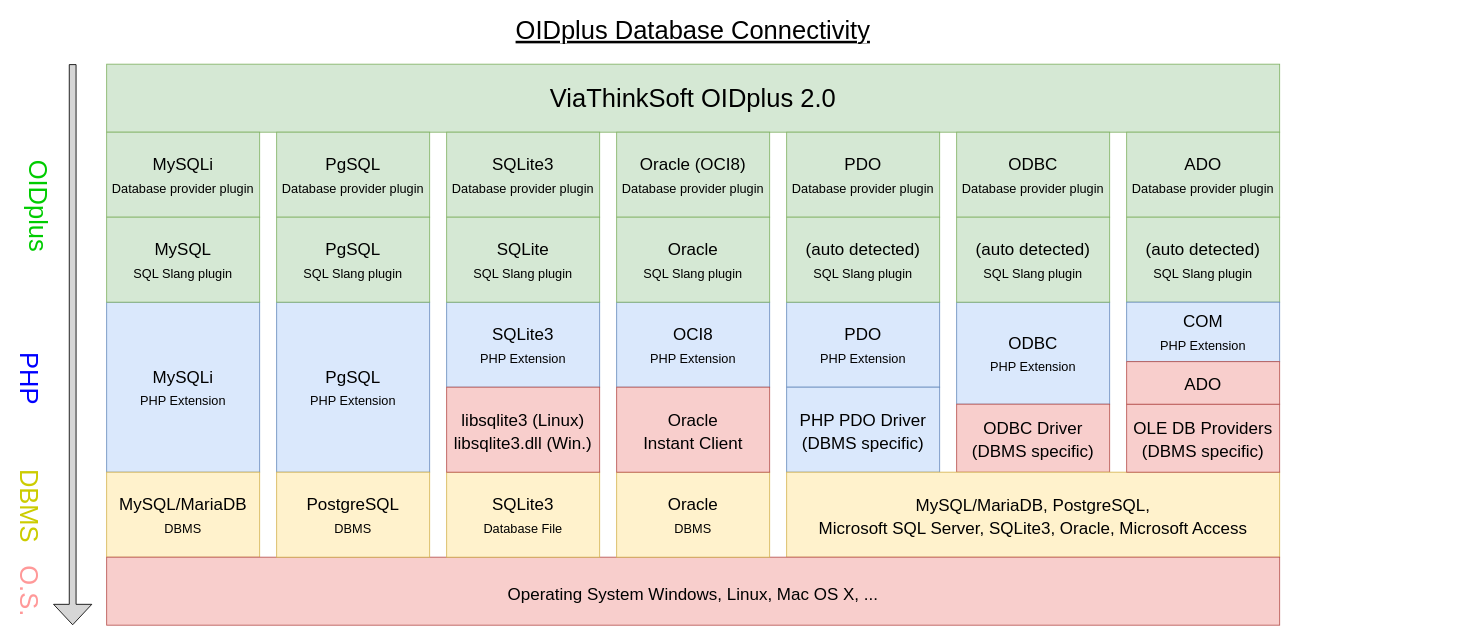
The draw.io diagram doc/database_connectivity_diagram.drawio in danielmarschall/oidplus, before the edit. Source tidied: cells renumbered, new cells numbered last; positions are measured from the earlier drawing's top-left corner, leaving out a move shared by most shapes. Both pictures are drawn from the tidied source at 85%, with x=0, y=0 at pixel (-13, 21).
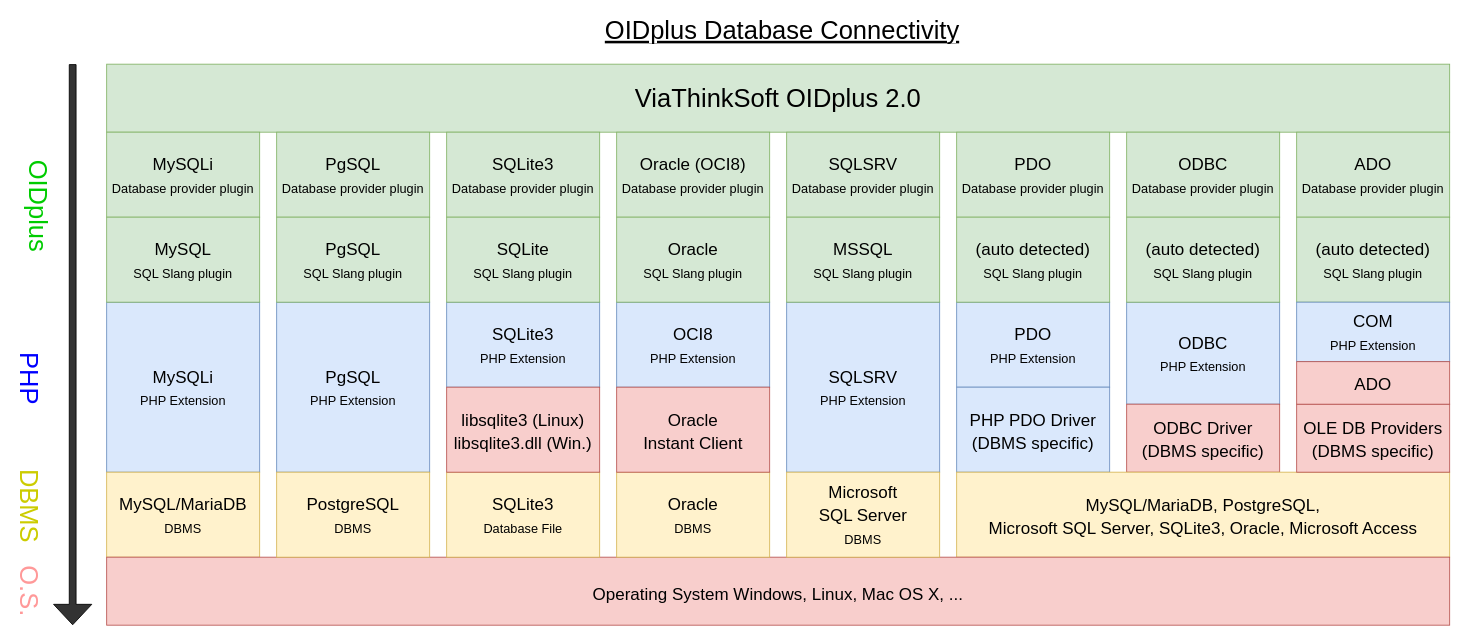
The same diagram, later.

What changed in the source:
```diff
@@
     <mxCell id="2" value="ViaThinkSoft OIDplus 2.0" style="rounded=0;whiteSpace=wrap;html=1;fontSize=30;fillColor=#d5e8d4;strokeColor=#82b366;shadow=0;" parent="1" vertex="1">
-      <mxGeometry x="140" y="50" width="1380" height="80" as="geometry" />
+      <mxGeometry x="140" y="50" width="1580" height="80" as="geometry" />
     </mxCell>
@@
     <mxCell id="4" value="&lt;p style=&quot;line-height: 80%;&quot;&gt;&lt;font style=&quot;font-size: 20px&quot;&gt;PDO&lt;br&gt;&lt;span style=&quot;font-size: 15px&quot;&gt;Database provider plugin&lt;/span&gt;&lt;br&gt;&lt;/font&gt;&lt;/p&gt;" style="rounded=0;whiteSpace=wrap;html=1;fontSize=30;fillColor=#d5e8d4;strokeColor=#82b366;shadow=0;" parent="1" vertex="1">
-      <mxGeometry x="940" y="130" width="180" height="100" as="geometry" />
+      <mxGeometry x="1140" y="130" width="180" height="100" as="geometry" />
     </mxCell>
     <mxCell id="5" value="&lt;p style=&quot;line-height: 80%;&quot;&gt;&lt;font style=&quot;font-size: 20px&quot;&gt;ODBC&lt;br&gt;&lt;span style=&quot;font-size: 15px&quot;&gt;Database provider plugin&lt;/span&gt;&lt;br&gt;&lt;/font&gt;&lt;/p&gt;" style="rounded=0;whiteSpace=wrap;html=1;fontSize=30;fillColor=#d5e8d4;strokeColor=#82b366;shadow=0;" parent="1" vertex="1">
-      <mxGeometry x="1140" y="130" width="180" height="100" as="geometry" />
+      <mxGeometry x="1340" y="130" width="180" height="100" as="geometry" />
     </mxCell>
@@
     <mxCell id="7" value="&lt;p style=&quot;line-height: 80%;&quot;&gt;&lt;span style=&quot;font-size: 20px;&quot;&gt;PDO&lt;/span&gt;&lt;br&gt;&lt;font style=&quot;font-size: 15px;&quot;&gt;PHP Extension&lt;/font&gt;&lt;/p&gt;" style="rounded=0;whiteSpace=wrap;html=1;fontSize=30;fillColor=#dae8fc;strokeColor=#6c8ebf;shadow=0;" parent="1" vertex="1">
-      <mxGeometry x="940" y="330" width="180" height="100" as="geometry" />
+      <mxGeometry x="1140" y="330" width="180" height="100" as="geometry" />
     </mxCell>
     <mxCell id="8" value="&lt;p style=&quot;line-height: 80%;&quot;&gt;&lt;span style=&quot;font-size: 20px;&quot;&gt;ODBC&lt;/span&gt;&lt;br&gt;&lt;font style=&quot;font-size: 15px;&quot;&gt;PHP Extension&lt;/font&gt;&lt;/p&gt;" style="rounded=0;whiteSpace=wrap;html=1;fontSize=30;fillColor=#dae8fc;strokeColor=#6c8ebf;shadow=0;" parent="1" vertex="1">
-      <mxGeometry x="1140" y="330" width="180" height="120" as="geometry" />
+      <mxGeometry x="1340" y="330" width="180" height="120" as="geometry" />
     </mxCell>
     <mxCell id="9" value="&lt;p style=&quot;line-height: 80%;&quot;&gt;&lt;span style=&quot;font-size: 20px&quot;&gt;PHP PDO Driver&lt;br&gt;(DBMS specific)&lt;br&gt;&lt;/span&gt;&lt;/p&gt;" style="rounded=0;whiteSpace=wrap;html=1;fontSize=30;fillColor=#dae8fc;strokeColor=#6c8ebf;shadow=0;" parent="1" vertex="1">
-      <mxGeometry x="940" y="430" width="180" height="100" as="geometry" />
+      <mxGeometry x="1140" y="430" width="180" height="100" as="geometry" />
     </mxCell>
     <mxCell id="10" value="&lt;p style=&quot;line-height: 80%;&quot;&gt;&lt;span style=&quot;font-size: 20px&quot;&gt;ODBC Driver&lt;br&gt;&lt;/span&gt;&lt;span style=&quot;font-size: 20px&quot;&gt;(DBMS specific)&lt;/span&gt;&lt;span style=&quot;font-size: 20px&quot;&gt;&lt;br&gt;&lt;/span&gt;&lt;/p&gt;" style="rounded=0;whiteSpace=wrap;html=1;fontSize=30;fillColor=#f8cecc;strokeColor=#b85450;shadow=0;" parent="1" vertex="1">
-      <mxGeometry x="1140" y="450" width="180" height="80" as="geometry" />
+      <mxGeometry x="1340" y="450" width="180" height="80" as="geometry" />
     </mxCell>
@@
-    <mxCell id="12" style="shape=flexArrow;endArrow=classic;html=1;fontSize=30;endWidth=36;endSize=7.67;width=8;shadow=0;fillColor=#D6D6D6;" parent="1" edge="1">
+    <mxCell id="12" style="shape=flexArrow;endArrow=classic;html=1;fontSize=30;endWidth=36;endSize=7.67;width=8;shadow=0;fillColor=#333333;" parent="1" edge="1">
       <mxGeometry relative="1" as="geometry">
         <mxPoint x="100" y="50" as="sourcePoint" />
         <mxPoint x="100" y="710" as="targetPoint" />
       </mxGeometry>
     </mxCell>
@@
     <mxCell id="16" value="OIDplus Database Connectivity" style="text;html=1;strokeColor=none;fillColor=none;align=center;verticalAlign=middle;whiteSpace=wrap;rounded=0;fontSize=30;fontStyle=4;shadow=0;" parent="1" vertex="1">
-      <mxGeometry x="150" width="1360" height="20" as="geometry" />
+      <mxGeometry x="150" width="1570" height="20" as="geometry" />
     </mxCell>
     <mxCell id="17" value="&lt;p style=&quot;line-height: 80%;&quot;&gt;&lt;span style=&quot;font-size: 20px&quot;&gt;MySQL/MariaDB, PostgreSQL,&lt;br&gt;Microsoft SQL Server, SQLite3, Oracle, Microsoft Access&lt;/span&gt;&lt;/p&gt;" style="rounded=0;whiteSpace=wrap;html=1;fontSize=30;fillColor=#fff2cc;strokeColor=#d6b656;shadow=0;" parent="1" vertex="1">
-      <mxGeometry x="940" y="530" width="580" height="100" as="geometry" />
+      <mxGeometry x="1140" y="530" width="580" height="100" as="geometry" />
     </mxCell>
     <mxCell id="18" value="&lt;span style=&quot;font-size: 20px&quot;&gt;Operating System Windows, Linux, Mac OS X, ...&lt;br&gt;&lt;/span&gt;" style="rounded=0;whiteSpace=wrap;html=1;fontSize=30;fillColor=#f8cecc;strokeColor=#b85450;shadow=0;" parent="1" vertex="1">
-      <mxGeometry x="140" y="630" width="1380" height="80" as="geometry" />
+      <mxGeometry x="140" y="630" width="1580" height="80" as="geometry" />
     </mxCell>
@@
     <mxCell id="30" value="&lt;p style=&quot;line-height: 80%;&quot;&gt;&lt;font style=&quot;&quot;&gt;&lt;span style=&quot;font-size: 20px;&quot;&gt;(auto detected)&lt;/span&gt;&lt;br style=&quot;border-color: var(--border-color);&quot;&gt;&lt;font style=&quot;font-size: 15px;&quot;&gt;SQL Slang plugin&lt;/font&gt;&lt;br&gt;&lt;/font&gt;&lt;/p&gt;" style="rounded=0;whiteSpace=wrap;html=1;fontSize=30;fillColor=#d5e8d4;strokeColor=#82b366;shadow=0;" parent="1" vertex="1">
-      <mxGeometry x="940" y="230" width="180" height="100" as="geometry" />
+      <mxGeometry x="1140" y="230" width="180" height="100" as="geometry" />
     </mxCell>
     <mxCell id="31" value="&lt;p style=&quot;line-height: 80%;&quot;&gt;&lt;font style=&quot;font-size: 20px&quot;&gt;(auto detected)&lt;br style=&quot;border-color: var(--border-color); font-size: 30px;&quot;&gt;&lt;font style=&quot;border-color: var(--border-color); font-size: 15px;&quot;&gt;SQL Slang plugin&lt;/font&gt;&lt;br&gt;&lt;/font&gt;&lt;/p&gt;" style="rounded=0;whiteSpace=wrap;html=1;fontSize=30;fillColor=#d5e8d4;strokeColor=#82b366;shadow=0;" parent="1" vertex="1">
-      <mxGeometry x="1140" y="230" width="180" height="100" as="geometry" />
+      <mxGeometry x="1340" y="230" width="180" height="100" as="geometry" />
     </mxCell>
@@
     <mxCell id="37" value="&lt;p style=&quot;line-height: 80%;&quot;&gt;&lt;font style=&quot;font-size: 20px&quot;&gt;ADO&lt;br&gt;&lt;span style=&quot;font-size: 15px&quot;&gt;Database provider plugin&lt;/span&gt;&lt;br&gt;&lt;/font&gt;&lt;/p&gt;" style="rounded=0;whiteSpace=wrap;html=1;fontSize=30;fillColor=#d5e8d4;strokeColor=#82b366;shadow=0;" parent="1" vertex="1">
-      <mxGeometry x="1340" y="130" width="180" height="100" as="geometry" />
+      <mxGeometry x="1540" y="130" width="180" height="100" as="geometry" />
     </mxCell>
     <mxCell id="38" value="&lt;p style=&quot;line-height: 80%;&quot;&gt;&lt;font style=&quot;font-size: 20px&quot;&gt;(auto detected)&lt;br style=&quot;border-color: var(--border-color); font-size: 30px;&quot;&gt;&lt;font style=&quot;border-color: var(--border-color); font-size: 15px;&quot;&gt;SQL Slang plugin&lt;/font&gt;&lt;br&gt;&lt;/font&gt;&lt;/p&gt;" style="rounded=0;whiteSpace=wrap;html=1;fontSize=30;fillColor=#d5e8d4;strokeColor=#82b366;shadow=0;" parent="1" vertex="1">
-      <mxGeometry x="1340" y="230" width="180" height="100" as="geometry" />
+      <mxGeometry x="1540" y="230" width="180" height="100" as="geometry" />
     </mxCell>
     <mxCell id="39" value="&lt;p style=&quot;line-height: 80%;&quot;&gt;&lt;span style=&quot;font-size: 20px;&quot;&gt;COM&lt;/span&gt;&lt;br&gt;&lt;font style=&quot;font-size: 15px;&quot;&gt;PHP Extension&lt;/font&gt;&lt;/p&gt;" style="rounded=0;whiteSpace=wrap;html=1;fontSize=30;fillColor=#dae8fc;strokeColor=#6c8ebf;shadow=0;spacing=2;" parent="1" vertex="1">
-      <mxGeometry x="1340" y="330" width="180" height="70" as="geometry" />
+      <mxGeometry x="1540" y="330" width="180" height="70" as="geometry" />
     </mxCell>
     <mxCell id="40" value="&lt;p style=&quot;line-height: 80%;&quot;&gt;&lt;span style=&quot;font-size: 20px;&quot;&gt;OLE DB Providers&lt;br&gt;&lt;/span&gt;&lt;span style=&quot;font-size: 20px&quot;&gt;(DBMS specific)&lt;br&gt;&lt;/span&gt;&lt;/p&gt;" style="rounded=0;whiteSpace=wrap;html=1;fontSize=30;fillColor=#f8cecc;strokeColor=#b85450;shadow=0;" parent="1" vertex="1">
-      <mxGeometry x="1340" y="450" width="180" height="80" as="geometry" />
+      <mxGeometry x="1540" y="450" width="180" height="80" as="geometry" />
     </mxCell>
     <mxCell id="41" value="&lt;p style=&quot;line-height: 80%;&quot;&gt;&lt;span style=&quot;font-size: 20px&quot;&gt;ADO&lt;br&gt;&lt;/span&gt;&lt;/p&gt;" style="rounded=0;whiteSpace=wrap;html=1;fontSize=30;fillColor=#f8cecc;strokeColor=#b85450;shadow=0;" parent="1" vertex="1">
-      <mxGeometry x="1340" y="400" width="180" height="50" as="geometry" />
+      <mxGeometry x="1540" y="400" width="180" height="50" as="geometry" />
     </mxCell>
+    <mxCell id="42" value="&lt;p style=&quot;line-height: 80%;&quot;&gt;&lt;font style=&quot;font-size: 20px&quot;&gt;SQLSRV&lt;br&gt;&lt;span style=&quot;font-size: 15px&quot;&gt;Database provider plugin&lt;/span&gt;&lt;br&gt;&lt;/font&gt;&lt;/p&gt;" style="rounded=0;whiteSpace=wrap;html=1;fontSize=30;fillColor=#d5e8d4;strokeColor=#82b366;shadow=0;" parent="1" vertex="1">
+      <mxGeometry x="940" y="130" width="180" height="100" as="geometry" />
+    </mxCell>
+    <mxCell id="43" value="&lt;p style=&quot;line-height: 80%;&quot;&gt;&lt;span style=&quot;font-size: 20px;&quot;&gt;SQLSRV&lt;/span&gt;&lt;br&gt;&lt;font style=&quot;font-size: 15px;&quot;&gt;PHP Extension&lt;/font&gt;&lt;/p&gt;" style="rounded=0;whiteSpace=wrap;html=1;fontSize=30;fillColor=#dae8fc;strokeColor=#6c8ebf;shadow=0;" parent="1" vertex="1">
+      <mxGeometry x="940" y="330" width="180" height="200" as="geometry" />
+    </mxCell>
+    <mxCell id="44" value="&lt;p style=&quot;line-height: 80%;&quot;&gt;&lt;span style=&quot;font-size: 20px;&quot;&gt;Microsoft&lt;br&gt;SQL Server&lt;/span&gt;&lt;br&gt;&lt;font style=&quot;font-size: 15px;&quot;&gt;DBMS&lt;/font&gt;&lt;/p&gt;" style="rounded=0;whiteSpace=wrap;html=1;fontSize=30;fillColor=#fff2cc;strokeColor=#d6b656;shadow=0;" parent="1" vertex="1">
+      <mxGeometry x="940" y="530" width="180" height="100" as="geometry" />
+    </mxCell>
+    <mxCell id="45" value="&lt;p style=&quot;line-height: 80%;&quot;&gt;&lt;font style=&quot;font-size: 20px&quot;&gt;MSSQL&lt;br&gt;&lt;span style=&quot;font-size: 15px&quot;&gt;SQL Slang plugin&lt;/span&gt;&lt;br&gt;&lt;/font&gt;&lt;/p&gt;" style="rounded=0;whiteSpace=wrap;html=1;fontSize=30;fillColor=#d5e8d4;strokeColor=#82b366;shadow=0;" parent="1" vertex="1">
+      <mxGeometry x="940" y="230" width="180" height="100" as="geometry" />
+    </mxCell>
```
